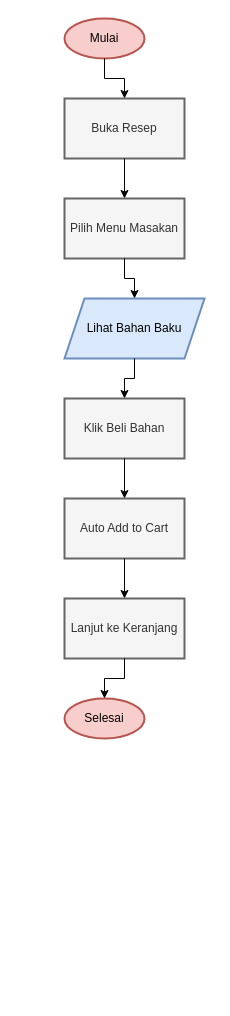
Before: docs/flowcharts/20_recipes_to_cart.drawio in NarmadaWeb/AyamKu, a draw.io diagram. Source tidied: cells renumbered, new cells numbered last; positions are measured from the earlier drawing's top-left corner, leaving out a move shared by most shapes. Both pictures are drawn from the tidied source at 100%, with x=0, y=0 at pixel (64, 18).
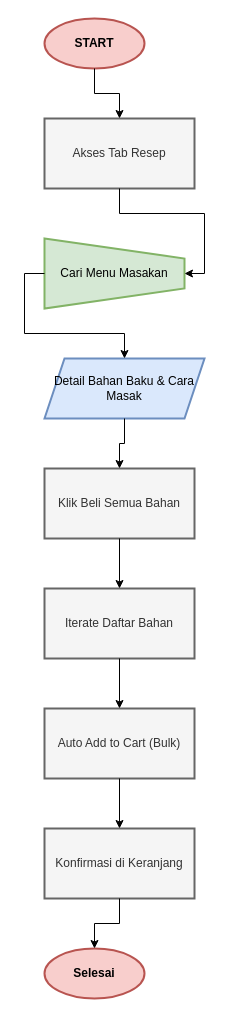
The same diagram, later.

Change to the diagram source:
```diff
@@
 <mxGraphModel>
   <root>
     <mxCell id="0" />
     <mxCell id="1" parent="0" />
-    <mxCell id="2" value="Mulai" style="ellipse;whiteSpace=wrap;html=1;strokeWidth=2;fillColor=#f8cecc;strokeColor=#b85450;" parent="1" vertex="1">
-      <mxGeometry width="80" height="40" as="geometry" />
+    <mxCell id="2" value="START" style="ellipse;whiteSpace=wrap;html=1;strokeWidth=2;fillColor=#f8cecc;strokeColor=#b85450;fontStyle=1;" parent="1" vertex="1">
+      <mxGeometry x="-20" width="100" height="50" as="geometry" />
     </mxCell>
-    <mxCell id="3" value="Buka Resep" style="rounded=0;whiteSpace=wrap;html=1;strokeWidth=2;fillColor=#f5f5f5;strokeColor=#666666;fontColor=#333333;" parent="1" vertex="1">
-      <mxGeometry y="80" width="120" height="60" as="geometry" />
+    <mxCell id="3" value="Akses Tab Resep" style="rounded=0;whiteSpace=wrap;html=1;strokeWidth=2;fillColor=#f5f5f5;strokeColor=#666666;fontColor=#333333;" parent="1" vertex="1">
+      <mxGeometry x="-20" y="100" width="150" height="70" as="geometry" />
     </mxCell>
-    <mxCell id="4" value="Pilih Menu Masakan" style="rounded=0;whiteSpace=wrap;html=1;strokeWidth=2;fillColor=#f5f5f5;strokeColor=#666666;fontColor=#333333;" parent="1" vertex="1">
-      <mxGeometry y="180" width="120" height="60" as="geometry" />
+    <mxCell id="4" value="Cari Menu Masakan" style="shape=trapezoid;perimeter=trapezoidPerimeter;whiteSpace=wrap;html=1;fixedSize=1;strokeWidth=2;fillColor=#d5e8d4;strokeColor=#82b366;direction=south;" parent="1" vertex="1">
+      <mxGeometry x="-20" y="220" width="140" height="70" as="geometry" />
     </mxCell>
-    <mxCell id="5" value="Lihat Bahan Baku" style="shape=parallelogram;perimeter=parallelogramPerimeter;whiteSpace=wrap;html=1;fixedSize=1;strokeWidth=2;fillColor=#dae8fc;strokeColor=#6c8ebf;" parent="1" vertex="1">
-      <mxGeometry y="280" width="140" height="60" as="geometry" />
+    <mxCell id="5" value="Detail Bahan Baku &amp; Cara Masak" style="shape=parallelogram;perimeter=parallelogramPerimeter;whiteSpace=wrap;html=1;fixedSize=1;strokeWidth=2;fillColor=#dae8fc;strokeColor=#6c8ebf;" parent="1" vertex="1">
+      <mxGeometry x="-20" y="340" width="160" height="60" as="geometry" />
     </mxCell>
-    <mxCell id="6" value="Klik Beli Bahan" style="rounded=0;whiteSpace=wrap;html=1;strokeWidth=2;fillColor=#f5f5f5;strokeColor=#666666;fontColor=#333333;" parent="1" vertex="1">
-      <mxGeometry y="380" width="120" height="60" as="geometry" />
+    <mxCell id="6" value="Klik Beli Semua Bahan" style="rounded=0;whiteSpace=wrap;html=1;strokeWidth=2;fillColor=#f5f5f5;strokeColor=#666666;fontColor=#333333;" parent="1" vertex="1">
+      <mxGeometry x="-20" y="450" width="150" height="70" as="geometry" />
     </mxCell>
-    <mxCell id="7" value="Auto Add to Cart" style="rounded=0;whiteSpace=wrap;html=1;strokeWidth=2;fillColor=#f5f5f5;strokeColor=#666666;fontColor=#333333;" parent="1" vertex="1">
-      <mxGeometry y="480" width="120" height="60" as="geometry" />
+    <mxCell id="7" value="Iterate Daftar Bahan" style="rounded=0;whiteSpace=wrap;html=1;strokeWidth=2;fillColor=#f5f5f5;strokeColor=#666666;fontColor=#333333;" parent="1" vertex="1">
+      <mxGeometry x="-20" y="570" width="150" height="70" as="geometry" />
     </mxCell>
-    <mxCell id="8" value="Lanjut ke Keranjang" style="rounded=0;whiteSpace=wrap;html=1;strokeWidth=2;fillColor=#f5f5f5;strokeColor=#666666;fontColor=#333333;" parent="1" vertex="1">
-      <mxGeometry y="580" width="120" height="60" as="geometry" />
+    <mxCell id="8" value="Auto Add to Cart (Bulk)" style="rounded=0;whiteSpace=wrap;html=1;strokeWidth=2;fillColor=#f5f5f5;strokeColor=#666666;fontColor=#333333;" parent="1" vertex="1">
+      <mxGeometry x="-20" y="690" width="150" height="70" as="geometry" />
     </mxCell>
-    <mxCell id="9" value="Selesai" style="ellipse;whiteSpace=wrap;html=1;strokeWidth=2;fillColor=#f8cecc;strokeColor=#b85450;" parent="1" vertex="1">
-      <mxGeometry y="680" width="80" height="40" as="geometry" />
+    <mxCell id="9" value="Konfirmasi di Keranjang" style="rounded=0;whiteSpace=wrap;html=1;strokeWidth=2;fillColor=#f5f5f5;strokeColor=#666666;fontColor=#333333;" parent="1" vertex="1">
+      <mxGeometry x="-20" y="810" width="150" height="70" as="geometry" />
     </mxCell>
-    <mxCell id="10" style="edgeStyle=orthogonalEdgeStyle;rounded=0;jettySize=auto;html=1;" parent="1" edge="1" source="2" target="3">
-      <mxGeometry relative="1" as="geometry" />
+    <mxCell id="10" value="Selesai" style="ellipse;whiteSpace=wrap;html=1;strokeWidth=2;fillColor=#f8cecc;strokeColor=#b85450;fontStyle=1;" parent="1" vertex="1">
+      <mxGeometry x="-20" y="930" width="100" height="50" as="geometry" />
     </mxCell>
-    <mxCell id="11" style="edgeStyle=orthogonalEdgeStyle;rounded=0;jettySize=auto;html=1;" parent="1" edge="1" source="3" target="4">
+    <mxCell id="11" style="edgeStyle=orthogonalEdgeStyle;rounded=0;jettySize=auto;html=1;exitX=0.5;exitY=1;exitDx=0;exitDy=0;entryX=0.5;entryY=0;entryDx=0;entryDy=0;" parent="1" edge="1" source="2" target="3">
       <mxGeometry relative="1" as="geometry" />
     </mxCell>
-    <mxCell id="12" style="edgeStyle=orthogonalEdgeStyle;rounded=0;jettySize=auto;html=1;" parent="1" edge="1" source="4" target="5">
+    <mxCell id="12" style="edgeStyle=orthogonalEdgeStyle;rounded=0;jettySize=auto;html=1;exitX=0.5;exitY=1;exitDx=0;exitDy=0;entryX=0.5;entryY=0;entryDx=0;entryDy=0;" parent="1" edge="1" source="3" target="4">
       <mxGeometry relative="1" as="geometry" />
     </mxCell>
-    <mxCell id="13" style="edgeStyle=orthogonalEdgeStyle;rounded=0;jettySize=auto;html=1;" parent="1" edge="1" source="5" target="6">
+    <mxCell id="13" style="edgeStyle=orthogonalEdgeStyle;rounded=0;jettySize=auto;html=1;exitX=0.5;exitY=1;exitDx=0;exitDy=0;entryX=0.5;entryY=0;entryDx=0;entryDy=0;" parent="1" edge="1" source="4" target="5">
       <mxGeometry relative="1" as="geometry" />
     </mxCell>
-    <mxCell id="14" style="edgeStyle=orthogonalEdgeStyle;rounded=0;jettySize=auto;html=1;" parent="1" edge="1" source="6" target="7">
+    <mxCell id="14" style="edgeStyle=orthogonalEdgeStyle;rounded=0;jettySize=auto;html=1;exitX=0.5;exitY=1;exitDx=0;exitDy=0;entryX=0.5;entryY=0;entryDx=0;entryDy=0;" parent="1" edge="1" source="5" target="6">
       <mxGeometry relative="1" as="geometry" />
     </mxCell>
-    <mxCell id="15" style="edgeStyle=orthogonalEdgeStyle;rounded=0;jettySize=auto;html=1;" parent="1" edge="1" source="7" target="8">
+    <mxCell id="15" style="edgeStyle=orthogonalEdgeStyle;rounded=0;jettySize=auto;html=1;exitX=0.5;exitY=1;exitDx=0;exitDy=0;entryX=0.5;entryY=0;entryDx=0;entryDy=0;" parent="1" edge="1" source="6" target="7">
       <mxGeometry relative="1" as="geometry" />
     </mxCell>
-    <mxCell id="16" style="edgeStyle=orthogonalEdgeStyle;rounded=0;jettySize=auto;html=1;" parent="1" edge="1" source="8" target="9">
+    <mxCell id="16" style="edgeStyle=orthogonalEdgeStyle;rounded=0;jettySize=auto;html=1;exitX=0.5;exitY=1;exitDx=0;exitDy=0;entryX=0.5;entryY=0;entryDx=0;entryDy=0;" parent="1" edge="1" source="7" target="8">
       <mxGeometry relative="1" as="geometry" />
     </mxCell>
+    <mxCell id="17" style="edgeStyle=orthogonalEdgeStyle;rounded=0;jettySize=auto;html=1;exitX=0.5;exitY=1;exitDx=0;exitDy=0;entryX=0.5;entryY=0;entryDx=0;entryDy=0;" parent="1" edge="1" source="8" target="9">
+      <mxGeometry relative="1" as="geometry" />
+    </mxCell>
+    <mxCell id="18" style="edgeStyle=orthogonalEdgeStyle;rounded=0;jettySize=auto;html=1;exitX=0.5;exitY=1;exitDx=0;exitDy=0;entryX=0.5;entryY=0;entryDx=0;entryDy=0;" parent="1" edge="1" source="9" target="10">
+      <mxGeometry relative="1" as="geometry" />
+    </mxCell>
   </root>
 </mxGraphModel>
```
